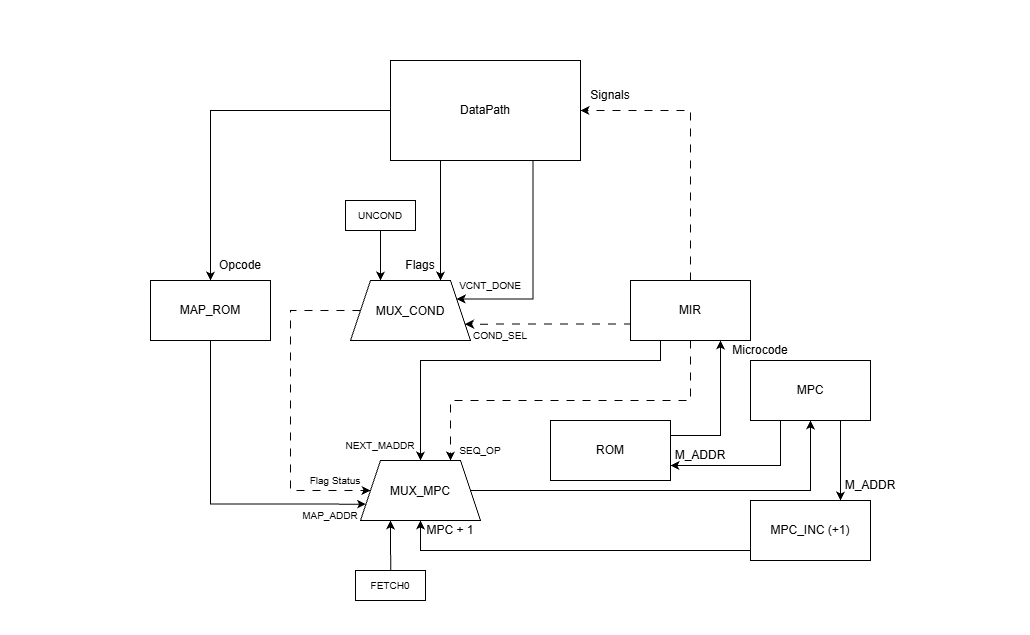
This is scheme/control_unit.png from dvaliullin/CSA-Lab4, a draw.io export, as it was before one commit. Source tidied: cells renumbered, new cells last; positions are measured from the earlier drawing's top-left corner, leaving out a move shared by most shapes. Its diagram source:
```xml
<mxGraphModel>
  <root>
    <mxCell id="0" />
    <mxCell id="1" parent="0" />
    <mxCell id="2" style="edgeStyle=orthogonalEdgeStyle;rounded=0;jettySize=auto;html=1;defaultLabelBackgroundColor=page;" parent="1" edge="1" source="5" target="13">
      <mxGeometry relative="1" as="geometry" />
    </mxCell>
    <mxCell id="3" style="edgeStyle=orthogonalEdgeStyle;rounded=0;jettySize=auto;html=1;exitX=0.75;exitY=1;exitDx=0;exitDy=0;entryX=1;entryY=0.25;entryDx=0;entryDy=0;defaultLabelBackgroundColor=page;" parent="1" edge="1" source="5" target="17">
      <mxGeometry relative="1" as="geometry">
        <Array as="points">
          <mxPoint x="532.5" y="298.5" />
        </Array>
      </mxGeometry>
    </mxCell>
    <mxCell id="4" style="edgeStyle=orthogonalEdgeStyle;rounded=0;jettySize=auto;html=1;exitX=0.25;exitY=1;exitDx=0;exitDy=0;entryX=0.75;entryY=0;entryDx=0;entryDy=0;defaultLabelBackgroundColor=page;labelPadding=0 4;" parent="1" edge="1" source="5" target="17">
      <mxGeometry relative="1" as="geometry">
        <Array as="points">
          <mxPoint x="440" y="160" />
        </Array>
      </mxGeometry>
    </mxCell>
    <mxCell id="5" value="DataPath" style="rounded=0;whiteSpace=wrap;html=1;" parent="1" vertex="1">
      <mxGeometry x="390" y="60" width="190" height="100" as="geometry" />
    </mxCell>
    <mxCell id="6" style="edgeStyle=orthogonalEdgeStyle;rounded=0;jettySize=auto;html=1;entryX=1;entryY=0.5;entryDx=0;entryDy=0;defaultLabelBackgroundColor=page;startArrow=none;startFill=0;endArrow=classic;endFill=1;dashed=1;dashPattern=8 8;" parent="1" edge="1" source="23" target="5">
      <mxGeometry relative="1" as="geometry">
        <Array as="points">
          <mxPoint x="690" y="110" />
        </Array>
      </mxGeometry>
    </mxCell>
    <mxCell id="7" value="Signals" style="text;html=1;whiteSpace=wrap;strokeColor=none;fillColor=none;align=center;verticalAlign=middle;rounded=0;" parent="1" vertex="1">
      <mxGeometry x="580" y="80" width="60" height="30" as="geometry" />
    </mxCell>
    <mxCell id="8" style="rounded=0;whiteSpace=wrap;html=1;strokeColor=none;opacity=0;opacityGroup=1;" parent="1" vertex="1">
      <mxGeometry x="455" y="575" width="120" height="60" as="geometry" />
    </mxCell>
    <mxCell id="9" style="rounded=0;whiteSpace=wrap;html=1;strokeColor=none;opacity=0;opacityGroup=1;" parent="1" vertex="1">
      <mxGeometry y="340" width="120" height="60" as="geometry" />
    </mxCell>
    <mxCell id="10" style="rounded=0;whiteSpace=wrap;html=1;strokeColor=none;opacity=0;opacityGroup=1;" parent="1" vertex="1">
      <mxGeometry x="910" y="350" width="120" height="60" as="geometry" />
    </mxCell>
    <mxCell id="11" style="rounded=0;whiteSpace=wrap;html=1;strokeColor=none;opacity=0;opacityGroup=1;" parent="1" vertex="1">
      <mxGeometry x="440" width="120" height="60" as="geometry" />
    </mxCell>
    <mxCell id="12" style="edgeStyle=orthogonalEdgeStyle;rounded=0;jettySize=auto;html=1;entryX=0;entryY=0.75;entryDx=0;entryDy=0;defaultLabelBackgroundColor=page;" parent="1" edge="1" source="13" target="27">
      <mxGeometry x="-0.03" relative="1" as="geometry">
        <Array as="points">
          <mxPoint x="210" y="503.6" />
        </Array>
      </mxGeometry>
    </mxCell>
    <mxCell id="13" value="MAP_ROM" style="rounded=0;whiteSpace=wrap;html=1;" parent="1" vertex="1">
      <mxGeometry x="150" y="280" width="120" height="60" as="geometry" />
    </mxCell>
    <mxCell id="14" value="Opcode" style="text;html=1;whiteSpace=wrap;strokeColor=none;fillColor=none;align=center;verticalAlign=middle;rounded=0;" parent="1" vertex="1">
      <mxGeometry x="210" y="250" width="60" height="30" as="geometry" />
    </mxCell>
    <mxCell id="15" style="edgeStyle=orthogonalEdgeStyle;rounded=0;jettySize=auto;html=1;exitX=0;exitY=0.5;exitDx=0;exitDy=0;entryX=0;entryY=0.5;entryDx=0;entryDy=0;defaultLabelBackgroundColor=page;dashed=1;dashPattern=8 8;" parent="1" edge="1" source="17" target="27">
      <mxGeometry relative="1" as="geometry">
        <Array as="points">
          <mxPoint x="290" y="310" />
          <mxPoint x="290" y="490" />
        </Array>
      </mxGeometry>
    </mxCell>
    <mxCell id="16" style="edgeStyle=orthogonalEdgeStyle;rounded=0;jettySize=auto;html=1;exitX=0.25;exitY=0;exitDx=0;exitDy=0;defaultLabelBackgroundColor=page;labelPadding=0 4;startArrow=classic;startFill=1;endArrow=none;endFill=0;" parent="1" edge="1" source="17">
      <mxGeometry relative="1" as="geometry">
        <mxPoint x="380" y="230" as="targetPoint" />
      </mxGeometry>
    </mxCell>
    <mxCell id="17" value="MUX_COND" style="shape=trapezoid;perimeter=trapezoidPerimeter;whiteSpace=wrap;html=1;shapeInside=1;fixedSize=1;" parent="1" vertex="1">
      <mxGeometry x="350" y="280" width="120" height="60" as="geometry" />
    </mxCell>
    <mxCell id="18" value="Flags" style="text;html=1;whiteSpace=wrap;strokeColor=none;fillColor=none;align=center;verticalAlign=middle;rounded=0;" parent="1" vertex="1">
      <mxGeometry x="390" y="250" width="60" height="30" as="geometry" />
    </mxCell>
    <mxCell id="19" value="&lt;font style=&quot;font-size: 10px;&quot;&gt;VCNT_DONE&lt;/font&gt;" style="text;html=1;whiteSpace=wrap;strokeColor=none;fillColor=none;align=center;verticalAlign=middle;rounded=0;" parent="1" vertex="1">
      <mxGeometry x="460" y="270" width="60" height="30" as="geometry" />
    </mxCell>
    <mxCell id="20" style="edgeStyle=orthogonalEdgeStyle;rounded=0;jettySize=auto;html=1;exitX=0;exitY=0.75;exitDx=0;exitDy=0;entryX=1;entryY=0.75;entryDx=0;entryDy=0;defaultLabelBackgroundColor=page;startArrow=none;startFill=0;endArrow=classic;endFill=1;dashed=1;dashPattern=8 8;" parent="1" edge="1" source="23" target="17">
      <mxGeometry x="-0.01" relative="1" as="geometry">
        <Array as="points">
          <mxPoint x="630" y="323.6" />
        </Array>
      </mxGeometry>
    </mxCell>
    <mxCell id="21" style="edgeStyle=orthogonalEdgeStyle;rounded=0;jettySize=auto;html=1;exitX=0.25;exitY=1;exitDx=0;exitDy=0;entryX=0.5;entryY=0;entryDx=0;entryDy=0;defaultLabelBackgroundColor=page;" parent="1" edge="1" source="23" target="27">
      <mxGeometry x="0.04" relative="1" as="geometry">
        <Array as="points">
          <mxPoint x="660" y="360" />
          <mxPoint x="420" y="360" />
        </Array>
      </mxGeometry>
    </mxCell>
    <mxCell id="22" style="edgeStyle=orthogonalEdgeStyle;rounded=0;jettySize=auto;html=1;exitX=0.5;exitY=1;exitDx=0;exitDy=0;entryX=0.75;entryY=0;entryDx=0;entryDy=0;defaultLabelBackgroundColor=page;dashed=1;dashPattern=8 8;" parent="1" edge="1" source="23" target="27">
      <mxGeometry relative="1" as="geometry" />
    </mxCell>
    <mxCell id="23" value="MIR" style="rounded=0;whiteSpace=wrap;html=1;" parent="1" vertex="1">
      <mxGeometry x="630" y="280" width="120" height="60" as="geometry" />
    </mxCell>
    <mxCell id="24" value="&lt;font style=&quot;font-size: 10px;&quot;&gt;COND_SEL&lt;/font&gt;" style="text;html=1;whiteSpace=wrap;strokeColor=none;fillColor=none;align=center;verticalAlign=middle;rounded=0;" parent="1" vertex="1">
      <mxGeometry x="470" y="320" width="60" height="30" as="geometry" />
    </mxCell>
    <mxCell id="25" style="edgeStyle=orthogonalEdgeStyle;rounded=0;jettySize=auto;html=1;entryX=0.5;entryY=1;entryDx=0;entryDy=0;defaultLabelBackgroundColor=page;" parent="1" edge="1" source="27" target="32">
      <mxGeometry relative="1" as="geometry" />
    </mxCell>
    <mxCell id="26" style="edgeStyle=orthogonalEdgeStyle;rounded=0;jettySize=auto;html=1;exitX=0.25;exitY=1;exitDx=0;exitDy=0;defaultLabelBackgroundColor=page;labelPadding=0 4;startArrow=classic;startFill=1;endArrow=none;endFill=0;" parent="1" edge="1" source="27">
      <mxGeometry x="-0.02" relative="1" as="geometry">
        <mxPoint x="390.3" y="570" as="targetPoint" />
      </mxGeometry>
    </mxCell>
    <mxCell id="27" value="MUX_MPC" style="shape=trapezoid;perimeter=trapezoidPerimeter;whiteSpace=wrap;html=1;shapeInside=1;fixedSize=1;" parent="1" vertex="1">
      <mxGeometry x="360" y="460" width="120" height="60" as="geometry" />
    </mxCell>
    <mxCell id="28" style="edgeStyle=orthogonalEdgeStyle;rounded=0;jettySize=auto;html=1;exitX=1;exitY=0.25;exitDx=0;exitDy=0;entryX=0.75;entryY=1;entryDx=0;entryDy=0;defaultLabelBackgroundColor=page;" parent="1" edge="1" source="29" target="23">
      <mxGeometry x="-0.1" relative="1" as="geometry" />
    </mxCell>
    <mxCell id="29" value="ROM" style="rounded=0;whiteSpace=wrap;html=1;" parent="1" vertex="1">
      <mxGeometry x="550" y="420" width="120" height="60" as="geometry" />
    </mxCell>
    <mxCell id="30" style="edgeStyle=orthogonalEdgeStyle;rounded=0;jettySize=auto;html=1;exitX=0.25;exitY=1;exitDx=0;exitDy=0;entryX=1;entryY=0.75;entryDx=0;entryDy=0;defaultLabelBackgroundColor=page;" parent="1" edge="1" source="32" target="29">
      <mxGeometry relative="1" as="geometry" />
    </mxCell>
    <mxCell id="31" style="edgeStyle=orthogonalEdgeStyle;rounded=0;jettySize=auto;html=1;exitX=0.75;exitY=1;exitDx=0;exitDy=0;entryX=0.75;entryY=0;entryDx=0;entryDy=0;defaultLabelBackgroundColor=page;" parent="1" edge="1" source="32" target="34">
      <mxGeometry relative="1" as="geometry" />
    </mxCell>
    <mxCell id="32" value="MPC" style="rounded=0;whiteSpace=wrap;html=1;" parent="1" vertex="1">
      <mxGeometry x="750" y="360" width="120" height="60" as="geometry" />
    </mxCell>
    <mxCell id="33" style="edgeStyle=orthogonalEdgeStyle;rounded=0;jettySize=auto;html=1;exitX=0;exitY=0.5;exitDx=0;exitDy=0;entryX=0.5;entryY=1;entryDx=0;entryDy=0;defaultLabelBackgroundColor=page;" parent="1" edge="1" source="34" target="27">
      <mxGeometry relative="1" as="geometry">
        <Array as="points">
          <mxPoint x="750" y="550" />
          <mxPoint x="420" y="550" />
        </Array>
      </mxGeometry>
    </mxCell>
    <mxCell id="34" value="MPC_INC (+1)" style="rounded=0;whiteSpace=wrap;html=1;" parent="1" vertex="1">
      <mxGeometry x="750" y="500" width="120" height="60" as="geometry" />
    </mxCell>
    <mxCell id="35" value="MPC + 1" style="text;html=1;whiteSpace=wrap;strokeColor=none;fillColor=none;align=center;verticalAlign=middle;rounded=0;" parent="1" vertex="1">
      <mxGeometry x="420" y="515" width="60" height="30" as="geometry" />
    </mxCell>
    <mxCell id="36" value="&lt;font style=&quot;font-size: 10px;&quot;&gt;NEXT_MADDR&lt;/font&gt;" style="text;html=1;whiteSpace=wrap;strokeColor=none;fillColor=none;align=center;verticalAlign=middle;rounded=0;" parent="1" vertex="1">
      <mxGeometry x="350" y="430" width="60" height="30" as="geometry" />
    </mxCell>
    <mxCell id="37" value="&lt;font style=&quot;font-size: 10px;&quot;&gt;SEQ_OP&lt;/font&gt;" style="text;html=1;whiteSpace=wrap;strokeColor=none;fillColor=none;align=center;verticalAlign=middle;rounded=0;" parent="1" vertex="1">
      <mxGeometry x="450" y="435" width="60" height="30" as="geometry" />
    </mxCell>
    <mxCell id="38" value="&lt;font style=&quot;font-size: 10px;&quot;&gt;Flag Status&lt;/font&gt;" style="text;html=1;whiteSpace=wrap;strokeColor=none;fillColor=none;align=center;verticalAlign=middle;rounded=0;" parent="1" vertex="1">
      <mxGeometry x="300" y="465" width="70" height="30" as="geometry" />
    </mxCell>
    <mxCell id="39" value="&lt;font style=&quot;font-size: 10px;&quot;&gt;MAP_ADDR&lt;/font&gt;" style="text;html=1;whiteSpace=wrap;strokeColor=none;fillColor=none;align=center;verticalAlign=middle;rounded=0;" parent="1" vertex="1">
      <mxGeometry x="300" y="500" width="60" height="30" as="geometry" />
    </mxCell>
    <mxCell id="40" value="Microcode" style="text;html=1;whiteSpace=wrap;strokeColor=none;fillColor=none;align=center;verticalAlign=middle;rounded=0;" parent="1" vertex="1">
      <mxGeometry x="730" y="340" width="60" height="20" as="geometry" />
    </mxCell>
    <mxCell id="41" value="M_ADDR" style="text;html=1;whiteSpace=wrap;strokeColor=none;fillColor=none;align=center;verticalAlign=middle;rounded=0;" parent="1" vertex="1">
      <mxGeometry x="670" y="440" width="60" height="30" as="geometry" />
    </mxCell>
    <mxCell id="42" value="M_ADDR" style="text;html=1;whiteSpace=wrap;strokeColor=none;fillColor=none;align=center;verticalAlign=middle;rounded=0;" parent="1" vertex="1">
      <mxGeometry x="840" y="470" width="60" height="30" as="geometry" />
    </mxCell>
    <mxCell id="43" value="&lt;font style=&quot;font-size: 10px;&quot;&gt;FETCH0&lt;/font&gt;" style="rounded=0;whiteSpace=wrap;html=1;" parent="1" vertex="1">
      <mxGeometry x="355" y="570" width="70" height="30" as="geometry" />
    </mxCell>
    <mxCell id="44" value="&lt;span style=&quot;font-size: 10px;&quot;&gt;UNCOND&lt;/span&gt;" style="rounded=0;whiteSpace=wrap;html=1;" parent="1" vertex="1">
      <mxGeometry x="345" y="200" width="70" height="30" as="geometry" />
    </mxCell>
  </root>
</mxGraphModel>
```
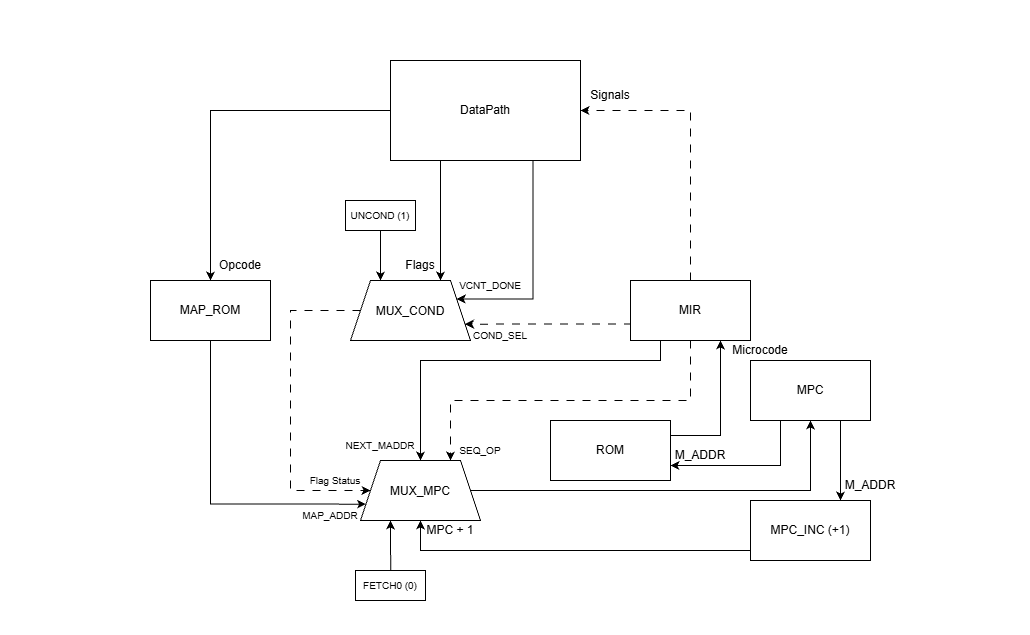
After the commit.

The edit, as a diff of the source:
```diff
@@ -164,10 +164,10 @@
     <mxCell id="42" value="M_ADDR" style="text;html=1;whiteSpace=wrap;strokeColor=none;fillColor=none;align=center;verticalAlign=middle;rounded=0;" parent="1" vertex="1">
       <mxGeometry x="840" y="470" width="60" height="30" as="geometry" />
     </mxCell>
-    <mxCell id="43" value="&lt;font style=&quot;font-size: 10px;&quot;&gt;FETCH0&lt;/font&gt;" style="rounded=0;whiteSpace=wrap;html=1;" parent="1" vertex="1">
+    <mxCell id="43" value="&lt;font style=&quot;font-size: 10px;&quot;&gt;FETCH0 (0)&lt;/font&gt;" style="rounded=0;whiteSpace=wrap;html=1;" parent="1" vertex="1">
       <mxGeometry x="355" y="570" width="70" height="30" as="geometry" />
     </mxCell>
-    <mxCell id="44" value="&lt;span style=&quot;font-size: 10px;&quot;&gt;UNCOND&lt;/span&gt;" style="rounded=0;whiteSpace=wrap;html=1;" parent="1" vertex="1">
+    <mxCell id="44" value="&lt;span style=&quot;font-size: 10px;&quot;&gt;UNCOND (1)&lt;/span&gt;" style="rounded=0;whiteSpace=wrap;html=1;" parent="1" vertex="1">
       <mxGeometry x="345" y="200" width="70" height="30" as="geometry" />
     </mxCell>
   </root>
```
